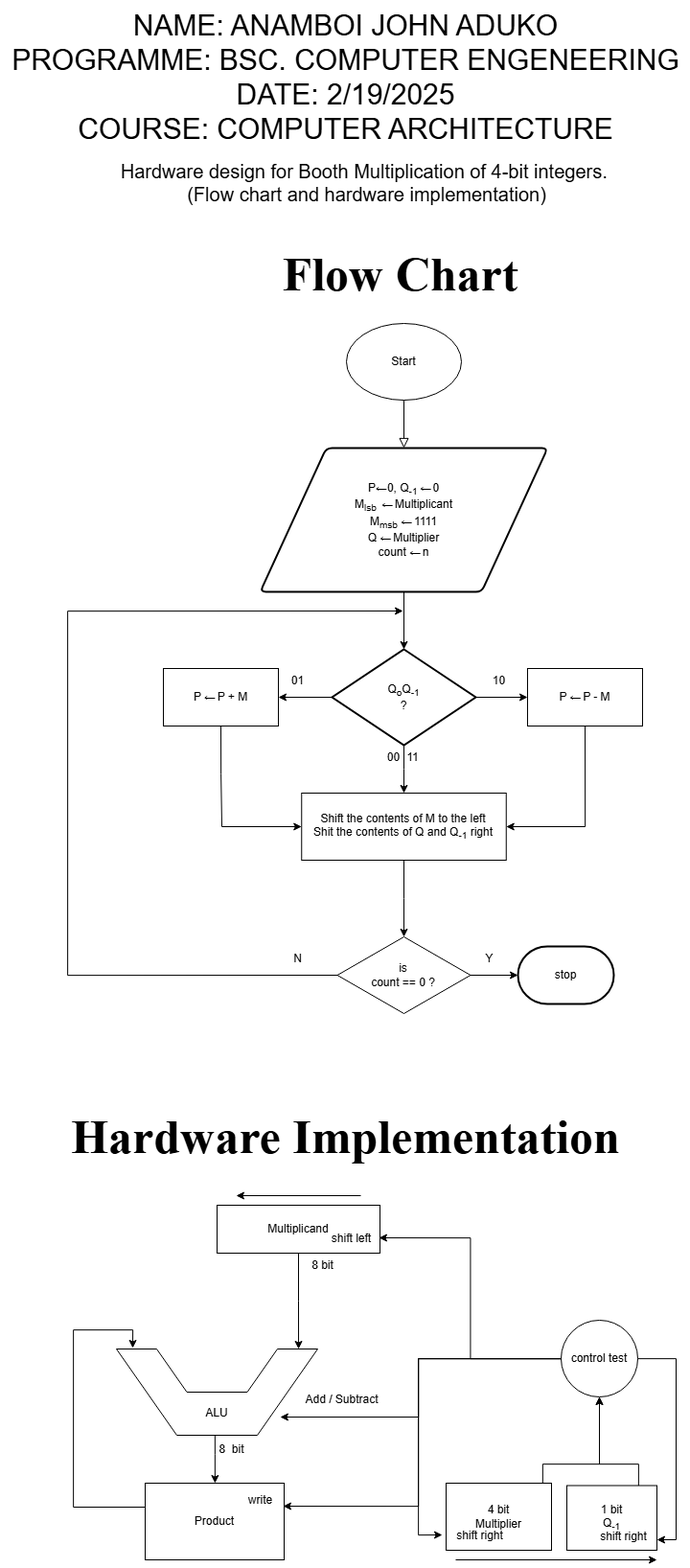
anamboijohn/Computer-Architecture keeps this draw.io diagram as booth multiplication implementation.drawio.png. Above is the earlier version. Source tidied: cells renumbered, new cells last; positions are measured from the earlier drawing's top-left corner, leaving out a move shared by most shapes.
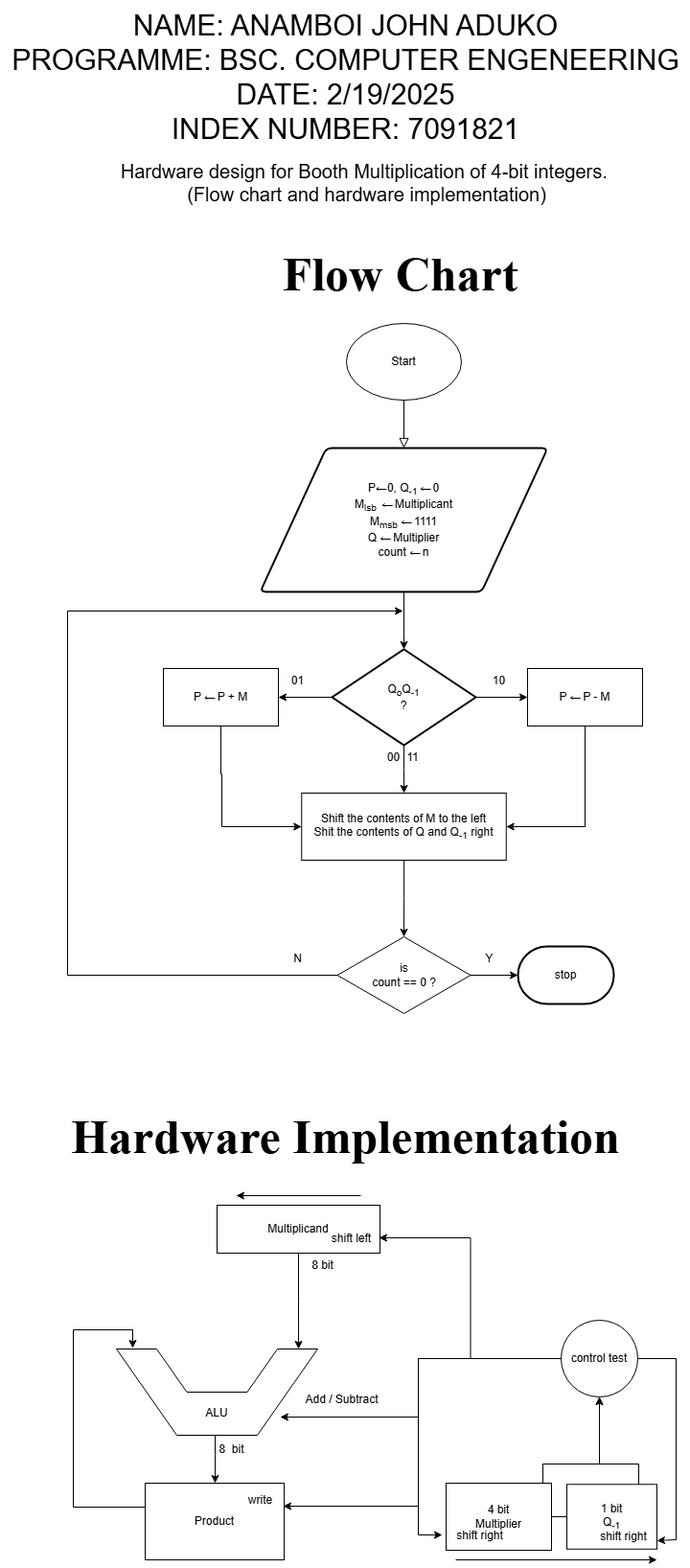
The same file after the commit.

The edit, as a diff of the source:
```diff
@@ -95,7 +95,7 @@
     <mxCell id="27" value="&lt;font style=&quot;font-size: 50px;&quot; face=&quot;Times New Roman&quot;&gt;&lt;b style=&quot;&quot;&gt;Flow Chart&lt;/b&gt;&lt;/font&gt;" style="text;html=1;align=center;verticalAlign=middle;strokeColor=none;fillColor=none;" parent="1" vertex="1">
       <mxGeometry x="282" y="250" width="270" height="70" as="geometry" />
     </mxCell>
-    <mxCell id="28" value="&lt;font style=&quot;font-size: 30px;&quot;&gt;NAME: ANAMBOI JOHN ADUKO&lt;/font&gt;&lt;div&gt;&lt;font style=&quot;font-size: 30px;&quot;&gt;PROGRAMME: BSC. COMPUTER ENGENEERING&lt;/font&gt;&lt;/div&gt;&lt;div&gt;&lt;font style=&quot;font-size: 30px;&quot;&gt;DATE: 2/19/2025&lt;/font&gt;&lt;/div&gt;&lt;div&gt;&lt;font style=&quot;font-size: 30px;&quot;&gt;COURSE: COMPUTER ARCHITECTURE&lt;/font&gt;&lt;/div&gt;" style="text;html=1;align=center;verticalAlign=middle;strokeColor=none;fillColor=none;" parent="1" vertex="1">
+    <mxCell id="28" value="&lt;font style=&quot;font-size: 30px;&quot;&gt;NAME: ANAMBOI JOHN ADUKO&lt;/font&gt;&lt;div&gt;&lt;font style=&quot;font-size: 30px;&quot;&gt;PROGRAMME: BSC. COMPUTER ENGENEERING&lt;/font&gt;&lt;/div&gt;&lt;div&gt;&lt;font style=&quot;font-size: 30px;&quot;&gt;DATE: 2/19/2025&lt;/font&gt;&lt;/div&gt;&lt;div&gt;&lt;span style=&quot;font-size: 30px;&quot;&gt;INDEX NUMBER: 7091821&lt;/span&gt;&lt;/div&gt;" style="text;html=1;align=center;verticalAlign=middle;strokeColor=none;fillColor=none;" parent="1" vertex="1">
       <mxGeometry width="720" height="160" as="geometry" />
     </mxCell>
     <mxCell id="29" value="&lt;font style=&quot;font-size: 20px;&quot;&gt;Hardware design for Booth Multiplication of 4-bit integers.&amp;nbsp;&lt;/font&gt;&lt;div&gt;&lt;font style=&quot;font-size: 20px;&quot;&gt;(Flow chart and hardware implementation)&lt;/font&gt;&lt;/div&gt;" style="text;html=1;align=center;verticalAlign=middle;strokeColor=none;fillColor=none;" parent="1" vertex="1">
@@ -147,7 +147,7 @@
       </mxGeometry>
     </mxCell>
     <mxCell id="40" value="&lt;div&gt;1 bit&lt;/div&gt;Q&lt;sub&gt;-1&lt;/sub&gt;" style="whiteSpace=wrap;html=1;" parent="31" vertex="1">
-      <mxGeometry x="515" y="302.5" width="94" height="67.5" as="geometry" />
+      <mxGeometry x="515" y="301.2" width="94" height="67.5" as="geometry" />
     </mxCell>
     <mxCell id="41" style="edgeStyle=orthogonalEdgeStyle;rounded=0;jettySize=auto;html=1;entryX=-0.011;entryY=0.919;entryDx=0;entryDy=0;entryPerimeter=0;" parent="31" edge="1" source="36" target="33">
       <mxGeometry relative="1" as="geometry">
@@ -229,5 +229,8 @@
         <mxPoint x="170" as="targetPoint" />
       </mxGeometry>
     </mxCell>
+    <mxCell id="57" style="endArrow=none;html=1;rounded=0;entryX=0;entryY=0.5;entryDx=0;entryDy=0;exitX=1;exitY=0.5;exitDx=0;exitDy=0;" parent="31" edge="1" source="38" target="40">
+      <mxGeometry relative="1" as="geometry" />
+    </mxCell>
   </root>
 </mxGraphModel>
```
